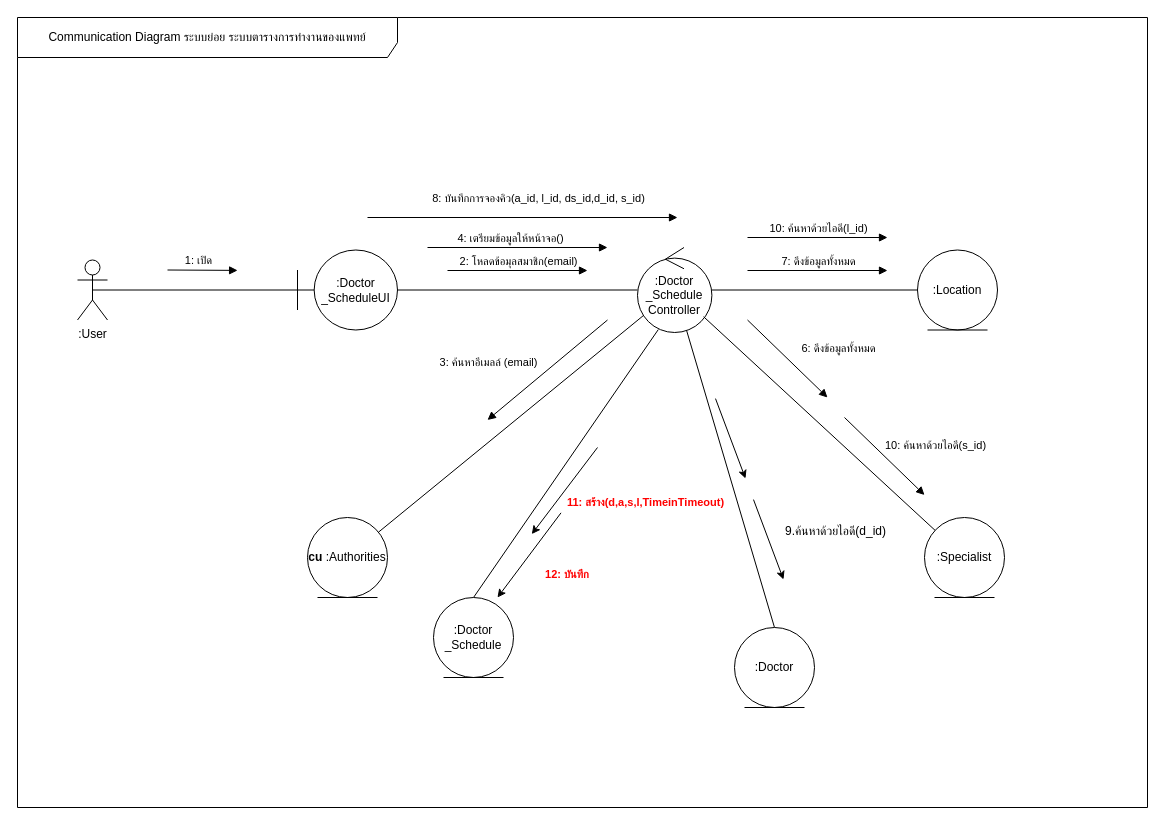
The draw.io diagram page "communication" (9 of 9) of ระบบนัดหมาย.drawio in nunpromporn/DoctorSchedule, before the edit. Source tidied: cells renumbered, new cells numbered last; positions are measured from the earlier drawing's top-left corner, leaving out a move shared by most shapes. Both pictures are drawn from the tidied source at 100%, with x=0, y=0 at pixel (17, 17).
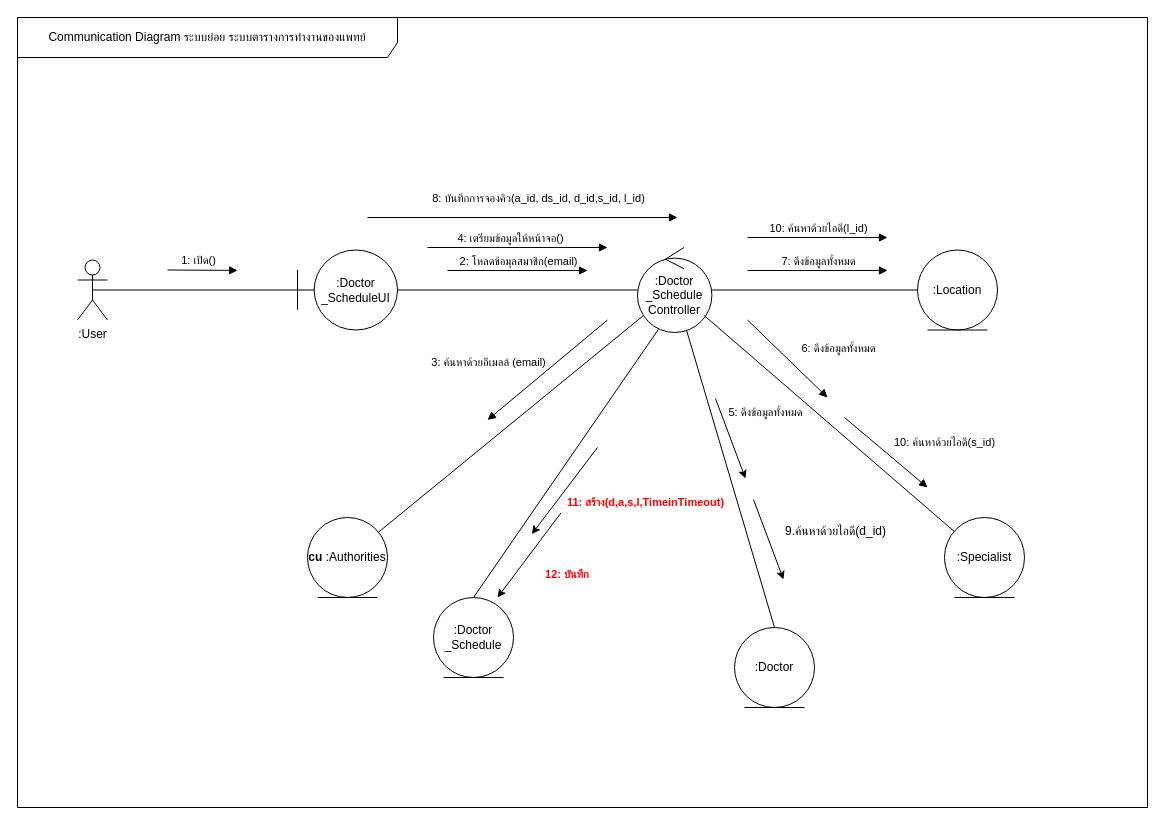
The same diagram, later.

Unchanged cells that the change refers to:
```xml
<mxCell id="10" style="endArrow=block;html=1;rounded=0;entryX=0.176;entryY=0.133;entryDx=0;entryDy=0;entryPerimeter=0;endFill=1;" parent="1" edge="1">
  <mxGeometry relative="1" as="geometry">
    <mxPoint x="150" y="252.5" as="sourcePoint" />
    <mxPoint x="220.1" y="252.9" as="targetPoint" />
  </mxGeometry>
</mxCell>
<mxCell id="22" style="endArrow=block;html=1;rounded=0;endFill=1;" parent="1" edge="1">
  <mxGeometry relative="1" as="geometry">
    <mxPoint x="350" y="200" as="sourcePoint" />
    <mxPoint x="660" y="200" as="targetPoint" />
  </mxGeometry>
</mxCell>
<mxCell id="24" style="endArrow=none;html=1;rounded=0;endFill=0;startArrow=block;startFill=1;" parent="1" edge="1">
  <mxGeometry relative="1" as="geometry">
    <mxPoint x="470" y="402.5" as="sourcePoint" />
    <mxPoint x="590" y="302.5" as="targetPoint" />
  </mxGeometry>
</mxCell>
<mxCell id="28" style="endArrow=none;html=1;rounded=0;endFill=0;startArrow=block;startFill=1;" parent="1" edge="1">
  <mxGeometry relative="1" as="geometry">
    <mxPoint x="810" y="380" as="sourcePoint" />
    <mxPoint x="730" y="302.5" as="targetPoint" />
  </mxGeometry>
</mxCell>
```

What changed in the source:
```diff
@@
-    <mxCell id="11" value="1: เปิด" style="edgeLabel;html=1;align=center;verticalAlign=middle;" parent="10" vertex="1">
+    <mxCell id="11" value="1: เปิด()" style="edgeLabel;html=1;align=center;verticalAlign=middle;" parent="10" vertex="1">
       <mxGeometry x="-0.4" y="1" relative="1" as="geometry">
         <mxPoint x="9" y="-9" as="offset" />
       </mxGeometry>
     </mxCell>
@@
     <mxCell id="17" value=":Specialist" style="ellipse;shape=umlEntity;whiteSpace=wrap;html=1;" parent="1" vertex="1">
-      <mxGeometry x="907" y="500" width="80" height="80" as="geometry" />
+      <mxGeometry x="927" y="500" width="80" height="80" as="geometry" />
     </mxCell>
@@
-    <mxCell id="23" value="8: บันทึกการจองคิว(a_id, l_id, ds_id,d_id, s_id)" style="edgeLabel;html=1;align=center;verticalAlign=middle;" parent="22" vertex="1">
+    <mxCell id="23" value="8: บันทึกการจองคิว(a_id, ds_id, d_id,s_id, l_id)" style="edgeLabel;html=1;align=center;verticalAlign=middle;" parent="22" vertex="1">
       <mxGeometry x="-0.4" y="1" relative="1" as="geometry">
         <mxPoint x="77" y="-19" as="offset" />
       </mxGeometry>
     </mxCell>
@@
-    <mxCell id="25" value="3: ค้นหาอีเมลล์ (email)" style="edgeLabel;html=1;align=center;verticalAlign=middle;" parent="24" vertex="1">
+    <mxCell id="25" value="3: ค้นหาด้วยอีเมลล์ (email)" style="edgeLabel;html=1;align=center;verticalAlign=middle;" parent="24" vertex="1">
       <mxGeometry x="0.18" y="-1" relative="1" as="geometry">
         <mxPoint x="-71" as="offset" />
       </mxGeometry>
     </mxCell>
@@
+    <mxCell id="43" value="5: ดึงข้อมูลทั้งหมด" style="edgeLabel;html=1;align=center;verticalAlign=middle;" parent="28" vertex="1">
+      <mxGeometry x="0.18" y="-1" relative="1" as="geometry">
+        <mxPoint x="-16" y="61" as="offset" />
+      </mxGeometry>
+    </mxCell>
     <mxCell id="30" style="endArrow=none;html=1;rounded=0;endFill=0;startArrow=block;startFill=1;" parent="1" edge="1">
       <mxGeometry relative="1" as="geometry">
-        <mxPoint x="907" y="477.5" as="sourcePoint" />
+        <mxPoint x="910" y="470" as="sourcePoint" />
         <mxPoint x="827" y="400" as="targetPoint" />
       </mxGeometry>
     </mxCell>
     <mxCell id="31" value="10: ค้นหาด้วยไอดี(s_id)" style="edgeLabel;html=1;align=center;verticalAlign=middle;" parent="30" vertex="1">
       <mxGeometry x="0.18" y="-1" relative="1" as="geometry">
-        <mxPoint x="57" y="-3" as="offset" />
+        <mxPoint x="65" y="-3" as="offset" />
       </mxGeometry>
     </mxCell>
```
